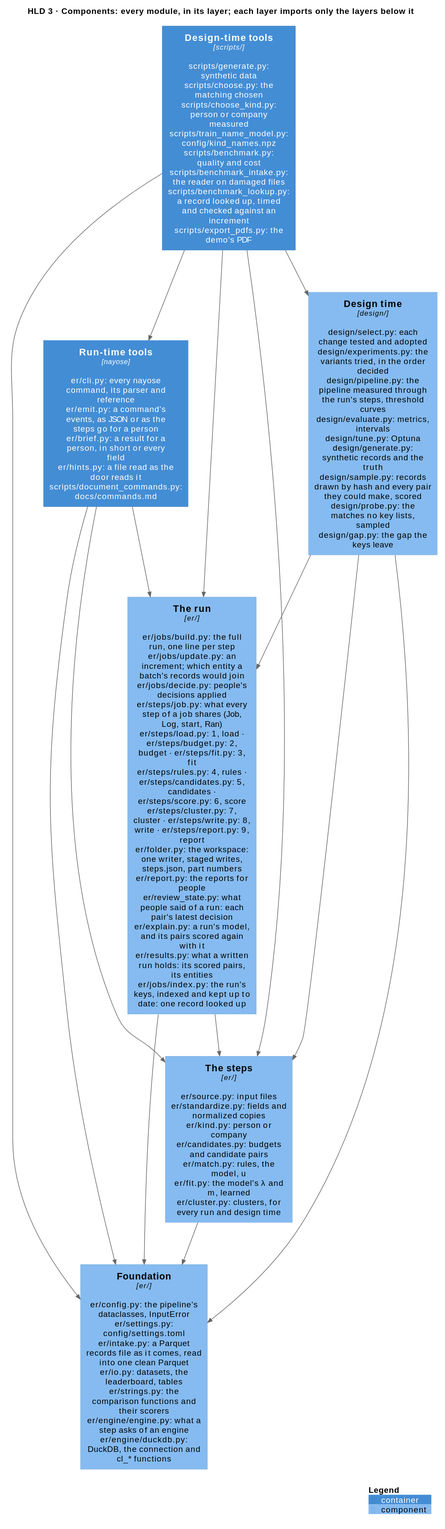
Before: docs/diagrams/components.svg, a diagram exported from PlantUML (mvsbm/entity_matching).
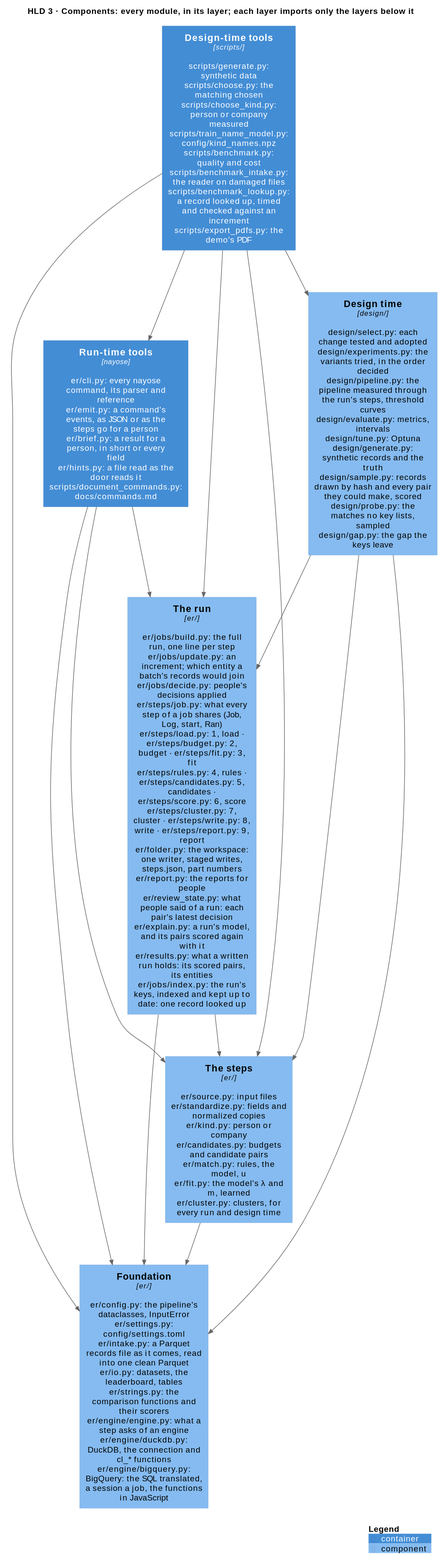
The same file after the commit.

The edit, as a diff of the source:
```diff
@@ -10,7 +10,7 @@
 Component(run, "The run", "er/", "er/jobs/build.py: the full run, one line per step\ner/jobs/update.py: an increment; which entity a batch's records would join\ner/jobs/decide.py: people's decisions applied\ner/steps/job.py: what every step of a job shares (Job, Log, start, Ran)\ner/steps/load.py: 1, load · er/steps/budget.py: 2, budget · er/steps/fit.py: 3, fit\ner/steps/rules.py: 4, rules · er/steps/candidates.py: 5, candidates · er/steps/score.py: 6, score\ner/steps/cluster.py: 7, cluster · er/steps/write.py: 8, write · er/steps/report.py: 9, report\ner/folder.py: the workspace: one writer, staged writes, steps.json, part numbers\ner/report.py: the reports for people\ner/review_state.py: what people said of a run: each pair's latest decision\ner/explain.py: a run's model, and its pairs scored again with it\ner/results.py: what a written run holds: its scored pairs, its entities\ner/jobs/index.py: the run's keys, indexed and kept up to date: one record looked up")
 Component(design, "Design time", "design/", "design/select.py: each change tested and adopted\ndesign/experiments.py: the variants tried, in the order decided\ndesign/pipeline.py: the pipeline measured through the run's steps, threshold curves\ndesign/evaluate.py: metrics, intervals\ndesign/tune.py: Optuna\ndesign/generate.py: synthetic records and the truth\ndesign/sample.py: records drawn by hash and every pair they could make, scored\ndesign/probe.py: the matches no key lists, sampled\ndesign/gap.py: the gap the keys leave")
 Component(steps, "The steps", "er/", "er/source.py: input files\ner/standardize.py: fields and normalized copies\ner/kind.py: person or company\ner/candidates.py: budgets and candidate pairs\ner/match.py: rules, the model, u\ner/fit.py: the model's λ and m, learned\ner/cluster.py: clusters, for every run and design time")
-Component(configuration, "Foundation", "er/", "er/config.py: the pipeline's dataclasses, InputError\ner/settings.py: config/settings.toml\ner/intake.py: a Parquet records file as it comes, read into one clean Parquet\ner/io.py: datasets, the leaderboard, tables\ner/strings.py: the comparison functions and their scorers\ner/engine/engine.py: what a step asks of an engine\ner/engine/duckdb.py: DuckDB, the connection and cl_* functions")
+Component(configuration, "Foundation", "er/", "er/config.py: the pipeline's dataclasses, InputError\ner/settings.py: config/settings.toml\ner/intake.py: a Parquet records file as it comes, read into one clean Parquet\ner/io.py: datasets, the leaderboard, tables\ner/strings.py: the comparison functions and their scorers\ner/engine/engine.py: what a step asks of an engine\ner/engine/duckdb.py: DuckDB, the connection and cl_* functions\ner/engine/bigquery.py: BigQuery: the SQL translated, a session a job, the functions in JavaScript")
 
 Rel_D(tools_run, run, "")
 Rel_D(tools_run, steps, "")
```
